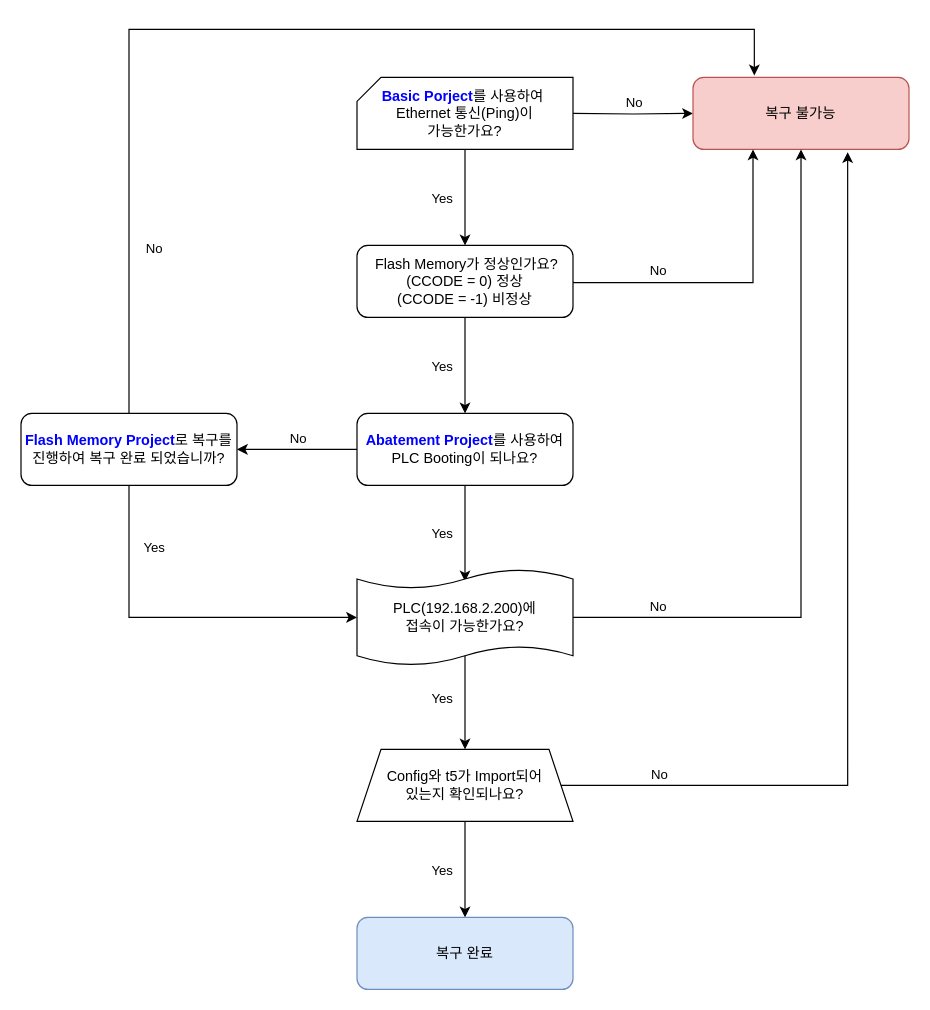
The draw.io diagram Controller Reconvery Seq..drawio in EdwardsKorea/CommonDrawIO, before the edit. Source tidied: cells renumbered, new cells numbered last; positions are measured from the earlier drawing's top-left corner, leaving out a move shared by most shapes. Both pictures are drawn from the tidied source at 120%, with x=0, y=0 at pixel (20, 29).
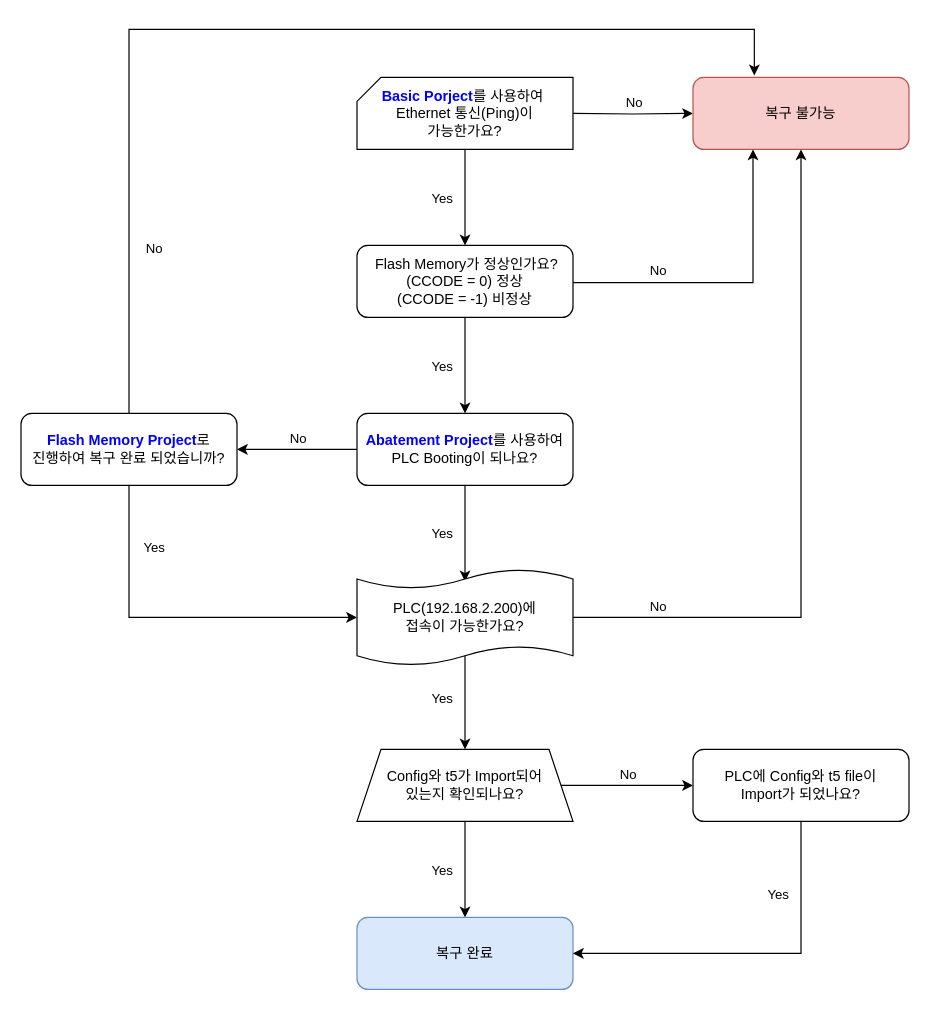
Above is the later version.

The change refers to these unchanged cells:
```xml
<mxCell id="4" value="복구 불가능" style="rounded=1;whiteSpace=wrap;html=1;fillColor=#f8cecc;strokeColor=#b85450;" parent="1" vertex="1">
  <mxGeometry x="560" y="40" width="180" height="60" as="geometry" />
</mxCell>
<mxCell id="17" value="Config와 t5가 Import되어&lt;br&gt;있는지 확인되나요?" style="shape=trapezoid;perimeter=trapezoidPerimeter;whiteSpace=wrap;html=1;fixedSize=1;" parent="1" vertex="1">
  <mxGeometry x="280" y="600" width="180" height="60" as="geometry" />
</mxCell>
<mxCell id="31" value="복구 완료" style="rounded=1;whiteSpace=wrap;html=1;fillColor=#dae8fc;strokeColor=#6c8ebf;" parent="1" vertex="1">
  <mxGeometry x="280" y="740" width="180" height="60" as="geometry" />
</mxCell>
```

The edit, as a diff of the source:
```diff
@@
+    <mxCell id="34" style="edgeStyle=orthogonalEdgeStyle;rounded=0;jettySize=auto;html=1;entryX=0;entryY=0.5;entryDx=0;entryDy=0;" parent="1" edge="1" source="17" target="37">
+      <mxGeometry relative="1" as="geometry" />
+    </mxCell>
+    <mxCell id="33" value="No" style="edgeLabel;html=1;align=center;verticalAlign=middle;" parent="34" vertex="1">
+      <mxGeometry y="-1" relative="1" as="geometry">
+        <mxPoint y="-11" as="offset" />
+      </mxGeometry>
+    </mxCell>
@@
-    <mxCell id="28" value="&lt;b&gt;&lt;font color=&quot;#0000ff&quot;&gt;Flash Memory Project&lt;/font&gt;&lt;/b&gt;로 복구를 진행하여 복구 완료 되었습니까?" style="rounded=1;whiteSpace=wrap;html=1;" parent="1" vertex="1">
+    <mxCell id="28" value="&lt;b&gt;&lt;font color=&quot;#0000ff&quot;&gt;Flash Memory Project&lt;/font&gt;&lt;/b&gt;로 &lt;br&gt;진행하여 복구 완료 되었습니까?" style="rounded=1;whiteSpace=wrap;html=1;" parent="1" vertex="1">
       <mxGeometry y="320" width="180" height="60" as="geometry" />
     </mxCell>
@@
-    <mxCell id="32" style="edgeStyle=orthogonalEdgeStyle;rounded=0;jettySize=auto;html=1;entryX=0.716;entryY=1.038;entryDx=0;entryDy=0;entryPerimeter=0;" parent="1" edge="1" source="17" target="4">
-      <mxGeometry relative="1" as="geometry" />
-    </mxCell>
-    <mxCell id="33" value="No" style="edgeLabel;html=1;align=center;verticalAlign=middle;" parent="32" vertex="1">
-      <mxGeometry x="-0.75" relative="1" as="geometry">
-        <mxPoint x="-15" y="-10" as="offset" />
-      </mxGeometry>
-    </mxCell>
+    <mxCell id="35" style="edgeStyle=orthogonalEdgeStyle;rounded=0;jettySize=auto;html=1;entryX=1;entryY=0.5;entryDx=0;entryDy=0;" parent="1" edge="1" source="37" target="31">
+      <mxGeometry relative="1" as="geometry">
+        <Array as="points">
+          <mxPoint x="650" y="770" />
+        </Array>
+      </mxGeometry>
+    </mxCell>
+    <mxCell id="36" value="Yes" style="edgeLabel;html=1;align=center;verticalAlign=middle;" parent="35" vertex="1">
+      <mxGeometry x="0.32" y="-1" relative="1" as="geometry">
+        <mxPoint x="68" y="-49" as="offset" />
+      </mxGeometry>
+    </mxCell>
+    <mxCell id="37" value="PLC에 Config와 t5 file이&lt;br&gt;Import가&amp;nbsp;되었나요?" style="rounded=1;whiteSpace=wrap;html=1;" parent="1" vertex="1">
+      <mxGeometry x="560" y="600" width="180" height="60" as="geometry" />
+    </mxCell>
```
